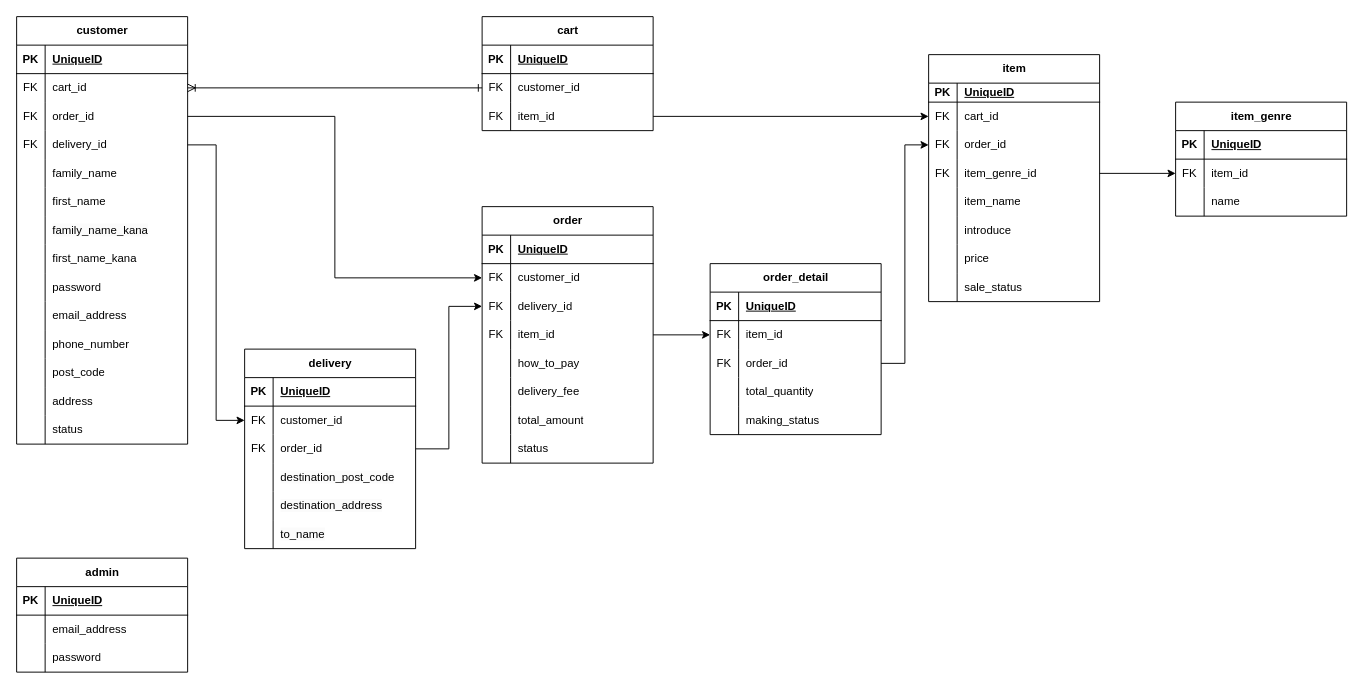
The draw.io diagram 名称未設定ファイル.drawio in yuna096740/sample_app, before the edit. Source tidied: cells renumbered, new cells numbered last; positions are measured from the earlier drawing's top-left corner, leaving out a move shared by most shapes. Both pictures are drawn from the tidied source at 95%, with x=0, y=0 at pixel (16, 16).
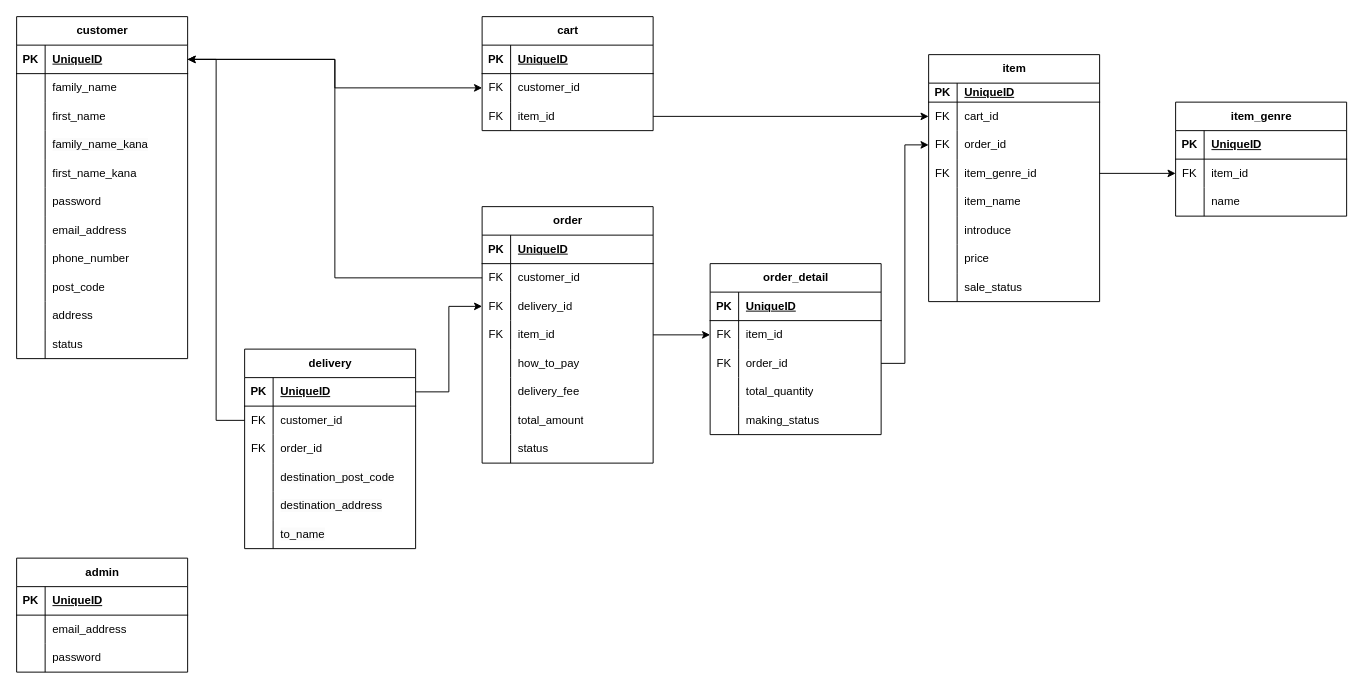
The same page after the edit.

Commit message (it also covers changes not shown here):
名称未設定ファイル.drawio を更新します

Unchanged cells that the change refers to:
```xml
<mxCell id="3" style="shape=tableRow;horizontal=0;startSize=0;swimlaneHead=0;swimlaneBody=0;fillColor=none;points=[[0,0.5],[1,0.5]];portConstraint=eastwest;top=0;left=0;right=0;bottom=1;" parent="2" vertex="1">
  <mxGeometry y="30" width="180" height="30" as="geometry" />
</mxCell>
<mxCell id="46" style="shape=tableRow;horizontal=0;startSize=0;swimlaneHead=0;swimlaneBody=0;fillColor=none;points=[[0,0.5],[1,0.5]];portConstraint=eastwest;top=0;left=0;right=0;bottom=1;" parent="45" vertex="1">
  <mxGeometry y="30" width="180" height="30" as="geometry" />
</mxCell>
<mxCell id="49" style="shape=tableRow;horizontal=0;startSize=0;swimlaneHead=0;swimlaneBody=0;fillColor=none;points=[[0,0.5],[1,0.5]];portConstraint=eastwest;top=0;left=0;right=0;bottom=0;" parent="45" vertex="1">
  <mxGeometry y="60" width="180" height="30" as="geometry" />
</mxCell>
<mxCell id="52" style="shape=tableRow;horizontal=0;startSize=0;swimlaneHead=0;swimlaneBody=0;fillColor=none;points=[[0,0.5],[1,0.5]];portConstraint=eastwest;top=0;left=0;right=0;bottom=0;" parent="45" vertex="1">
  <mxGeometry y="90" width="180" height="30" as="geometry" />
</mxCell>
<mxCell id="68" style="shape=tableRow;horizontal=0;startSize=0;swimlaneHead=0;swimlaneBody=0;fillColor=none;points=[[0,0.5],[1,0.5]];portConstraint=eastwest;top=0;left=0;right=0;bottom=0;" parent="64" vertex="1">
  <mxGeometry y="60" width="180" height="30" as="geometry" />
</mxCell>
<mxCell id="103" style="shape=tableRow;horizontal=0;startSize=0;swimlaneHead=0;swimlaneBody=0;fillColor=none;points=[[0,0.5],[1,0.5]];portConstraint=eastwest;top=0;left=0;right=0;bottom=0;" parent="99" vertex="1">
  <mxGeometry y="60" width="180" height="30" as="geometry" />
</mxCell>
<mxCell id="106" style="shape=tableRow;horizontal=0;startSize=0;swimlaneHead=0;swimlaneBody=0;fillColor=none;points=[[0,0.5],[1,0.5]];portConstraint=eastwest;top=0;left=0;right=0;bottom=0;" parent="99" vertex="1">
  <mxGeometry y="90" width="180" height="30" as="geometry" />
</mxCell>
```

Change to the diagram source:
```diff
@@
     <mxCell id="2" value="customer" style="shape=table;startSize=30;childLayout=tableLayout;rowLines=0;fontStyle=1;align=center;html=1;" parent="1" vertex="1">
-      <mxGeometry width="180" height="450" as="geometry" />
+      <mxGeometry width="180" height="360" as="geometry" />
     </mxCell>
@@
-    <mxCell id="6" style="shape=tableRow;horizontal=0;startSize=0;swimlaneHead=0;swimlaneBody=0;fillColor=none;points=[[0,0.5],[1,0.5]];portConstraint=eastwest;top=0;left=0;right=0;bottom=0;" parent="2" vertex="1">
-      <mxGeometry y="60" width="180" height="30" as="geometry" />
-    </mxCell>
-    <mxCell id="7" value="FK" style="shape=partialRectangle;fillColor=none;top=0;left=0;bottom=0;right=0;overflow=hidden;whiteSpace=wrap;html=1;" parent="6" vertex="1">
-      <mxGeometry width="30" height="30" as="geometry" />
-    </mxCell>
-    <mxCell id="8" value="cart_id" style="shape=partialRectangle;fillColor=none;top=0;left=0;bottom=0;right=0;align=left;spacingLeft=6;overflow=hidden;whiteSpace=wrap;html=1;" parent="6" vertex="1">
-      <mxGeometry x="30" width="150" height="30" as="geometry" />
-    </mxCell>
-    <mxCell id="9" style="shape=tableRow;horizontal=0;startSize=0;swimlaneHead=0;swimlaneBody=0;fillColor=none;points=[[0,0.5],[1,0.5]];portConstraint=eastwest;top=0;left=0;right=0;bottom=0;" parent="2" vertex="1">
-      <mxGeometry y="90" width="180" height="30" as="geometry" />
-    </mxCell>
-    <mxCell id="10" value="FK" style="shape=partialRectangle;fillColor=none;top=0;left=0;bottom=0;right=0;overflow=hidden;whiteSpace=wrap;html=1;" parent="9" vertex="1">
-      <mxGeometry width="30" height="30" as="geometry" />
-    </mxCell>
-    <mxCell id="11" value="order_id" style="shape=partialRectangle;fillColor=none;top=0;left=0;bottom=0;right=0;align=left;spacingLeft=6;overflow=hidden;whiteSpace=wrap;html=1;" parent="9" vertex="1">
-      <mxGeometry x="30" width="150" height="30" as="geometry" />
-    </mxCell>
-    <mxCell id="12" style="shape=tableRow;horizontal=0;startSize=0;swimlaneHead=0;swimlaneBody=0;fillColor=none;points=[[0,0.5],[1,0.5]];portConstraint=eastwest;top=0;left=0;right=0;bottom=0;" parent="2" vertex="1">
-      <mxGeometry y="120" width="180" height="30" as="geometry" />
-    </mxCell>
-    <mxCell id="13" value="FK" style="shape=partialRectangle;fillColor=none;top=0;left=0;bottom=0;right=0;overflow=hidden;whiteSpace=wrap;html=1;" parent="12" vertex="1">
-      <mxGeometry width="30" height="30" as="geometry" />
-    </mxCell>
-    <mxCell id="14" value="delivery_id" style="shape=partialRectangle;fillColor=none;top=0;left=0;bottom=0;right=0;align=left;spacingLeft=6;overflow=hidden;whiteSpace=wrap;html=1;" parent="12" vertex="1">
-      <mxGeometry x="30" width="150" height="30" as="geometry" />
-    </mxCell>
     <mxCell id="15" style="shape=tableRow;horizontal=0;startSize=0;swimlaneHead=0;swimlaneBody=0;fillColor=none;top=0;left=0;right=0;bottom=0;" parent="2" vertex="1">
-      <mxGeometry y="150" width="180" height="30" as="geometry" />
+      <mxGeometry y="60" width="180" height="30" as="geometry" />
     </mxCell>
@@
     <mxCell id="18" style="shape=tableRow;horizontal=0;startSize=0;swimlaneHead=0;swimlaneBody=0;fillColor=none;top=0;left=0;right=0;bottom=0;" parent="2" vertex="1">
-      <mxGeometry y="180" width="180" height="30" as="geometry" />
+      <mxGeometry y="90" width="180" height="30" as="geometry" />
     </mxCell>
@@
     <mxCell id="21" style="shape=tableRow;horizontal=0;startSize=0;swimlaneHead=0;swimlaneBody=0;fillColor=none;top=0;left=0;right=0;bottom=0;" parent="2" vertex="1">
-      <mxGeometry y="210" width="180" height="30" as="geometry" />
+      <mxGeometry y="120" width="180" height="30" as="geometry" />
     </mxCell>
@@
     <mxCell id="24" style="shape=tableRow;horizontal=0;startSize=0;swimlaneHead=0;swimlaneBody=0;fillColor=none;top=0;left=0;right=0;bottom=0;" parent="2" vertex="1">
-      <mxGeometry y="240" width="180" height="30" as="geometry" />
+      <mxGeometry y="150" width="180" height="30" as="geometry" />
     </mxCell>
@@
     <mxCell id="27" style="shape=tableRow;horizontal=0;startSize=0;swimlaneHead=0;swimlaneBody=0;fillColor=none;top=0;left=0;right=0;bottom=0;" parent="2" vertex="1">
-      <mxGeometry y="270" width="180" height="30" as="geometry" />
+      <mxGeometry y="180" width="180" height="30" as="geometry" />
     </mxCell>
@@
     <mxCell id="30" style="shape=tableRow;horizontal=0;startSize=0;swimlaneHead=0;swimlaneBody=0;fillColor=none;top=0;left=0;right=0;bottom=0;" parent="2" vertex="1">
-      <mxGeometry y="300" width="180" height="30" as="geometry" />
+      <mxGeometry y="210" width="180" height="30" as="geometry" />
     </mxCell>
@@
     <mxCell id="33" style="shape=tableRow;horizontal=0;startSize=0;swimlaneHead=0;swimlaneBody=0;fillColor=none;top=0;left=0;right=0;bottom=0;" parent="2" vertex="1">
-      <mxGeometry y="330" width="180" height="30" as="geometry" />
+      <mxGeometry y="240" width="180" height="30" as="geometry" />
     </mxCell>
@@
     <mxCell id="36" style="shape=tableRow;horizontal=0;startSize=0;swimlaneHead=0;swimlaneBody=0;fillColor=none;top=0;left=0;right=0;bottom=0;" parent="2" vertex="1">
-      <mxGeometry y="360" width="180" height="30" as="geometry" />
+      <mxGeometry y="270" width="180" height="30" as="geometry" />
     </mxCell>
@@
     <mxCell id="39" style="shape=tableRow;horizontal=0;startSize=0;swimlaneHead=0;swimlaneBody=0;fillColor=none;top=0;left=0;right=0;bottom=0;" parent="2" vertex="1">
-      <mxGeometry y="390" width="180" height="30" as="geometry" />
+      <mxGeometry y="300" width="180" height="30" as="geometry" />
     </mxCell>
@@
     <mxCell id="42" style="shape=tableRow;horizontal=0;startSize=0;swimlaneHead=0;swimlaneBody=0;fillColor=none;top=0;left=0;right=0;bottom=0;" parent="2" vertex="1">
-      <mxGeometry y="420" width="180" height="30" as="geometry" />
+      <mxGeometry y="330" width="180" height="30" as="geometry" />
     </mxCell>
@@
-    <mxCell id="134" style="edgeStyle=orthogonalEdgeStyle;rounded=0;jettySize=auto;html=1;entryX=0;entryY=0.5;entryDx=0;entryDy=0;startArrow=ERoneToMany;startFill=0;endArrow=ERone;endFill=0;exitX=1;exitY=0.5;exitDx=0;exitDy=0;" parent="1" edge="1" source="6" target="68">
+    <mxCell id="134" style="edgeStyle=orthogonalEdgeStyle;rounded=0;jettySize=auto;html=1;entryX=0;entryY=0.5;entryDx=0;entryDy=0;startArrow=ERoneToMany;startFill=0;endArrow=ERone;endFill=0;exitX=1;exitY=0.5;exitDx=0;exitDy=0;" parent="1" edge="1" target="68">
       <mxGeometry relative="1" as="geometry" />
     </mxCell>
@@
-    <mxCell id="145" style="edgeStyle=orthogonalEdgeStyle;rounded=0;jettySize=auto;html=1;exitX=1;exitY=0.5;exitDx=0;exitDy=0;entryX=0;entryY=0.5;entryDx=0;entryDy=0;" parent="1" edge="1" source="12" target="49">
+    <mxCell id="145" style="edgeStyle=orthogonalEdgeStyle;rounded=0;jettySize=auto;html=1;exitX=1;exitY=0.5;exitDx=0;exitDy=0;entryX=0;entryY=0.5;entryDx=0;entryDy=0;" parent="1" edge="1" target="49">
       <mxGeometry relative="1" as="geometry" />
     </mxCell>
-    <mxCell id="146" style="edgeStyle=orthogonalEdgeStyle;rounded=0;jettySize=auto;html=1;entryX=0;entryY=0.5;entryDx=0;entryDy=0;" parent="1" edge="1" source="9" target="103">
+    <mxCell id="146" style="edgeStyle=orthogonalEdgeStyle;rounded=0;jettySize=auto;html=1;entryX=0;entryY=0.5;entryDx=0;entryDy=0;" parent="1" edge="1" target="103">
       <mxGeometry relative="1" as="geometry" />
     </mxCell>
-    <mxCell id="147" style="edgeStyle=orthogonalEdgeStyle;rounded=0;jettySize=auto;html=1;entryX=0;entryY=0.5;entryDx=0;entryDy=0;" parent="1" edge="1" source="52" target="106">
-      <mxGeometry relative="1" as="geometry" />
-    </mxCell>
@@
+    <mxCell id="168" style="edgeStyle=orthogonalEdgeStyle;rounded=0;jettySize=auto;html=1;exitX=1;exitY=0.5;exitDx=0;exitDy=0;entryX=0;entryY=0.5;entryDx=0;entryDy=0;" parent="1" edge="1" source="3" target="68">
+      <mxGeometry relative="1" as="geometry" />
+    </mxCell>
+    <mxCell id="169" style="edgeStyle=orthogonalEdgeStyle;rounded=0;jettySize=auto;html=1;exitX=0;exitY=0.5;exitDx=0;exitDy=0;entryX=1;entryY=0.5;entryDx=0;entryDy=0;" parent="1" edge="1" source="49" target="3">
+      <mxGeometry relative="1" as="geometry" />
+    </mxCell>
+    <mxCell id="170" style="edgeStyle=orthogonalEdgeStyle;rounded=0;jettySize=auto;html=1;entryX=1;entryY=0.5;entryDx=0;entryDy=0;" parent="1" edge="1" source="103" target="3">
+      <mxGeometry relative="1" as="geometry" />
+    </mxCell>
+    <mxCell id="171" style="edgeStyle=orthogonalEdgeStyle;rounded=0;jettySize=auto;html=1;" parent="1" edge="1" source="46" target="106">
+      <mxGeometry relative="1" as="geometry" />
+    </mxCell>
```
